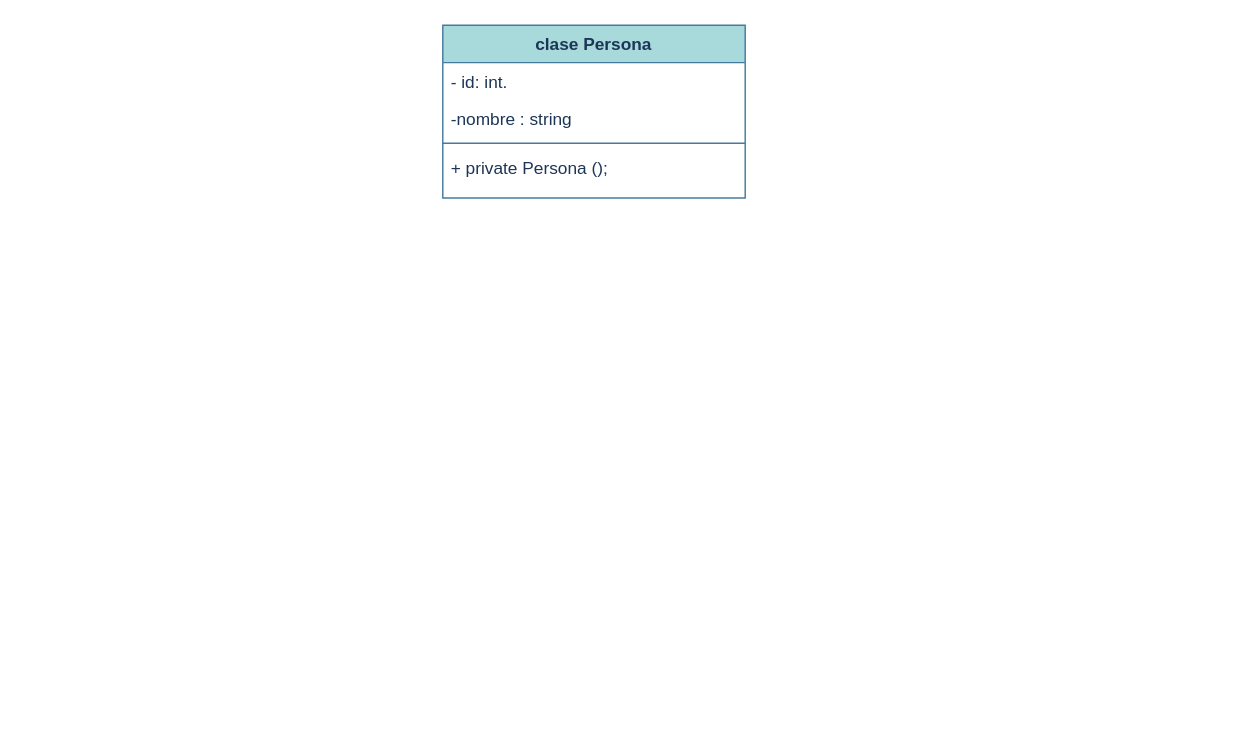
Above: src/Diagrama sin título.drawio in Mariayey12/EJERCICIOWORKSHOPPROGRAMACIONORIENTADA-OBJECTOS (draw.io), before the change. Source tidied: cells renumbered, new cells numbered last; positions are measured from the earlier drawing's top-left corner, leaving out a move shared by most shapes. Both pictures are drawn from the tidied source at 144%, with x=0, y=0 at pixel (442, 24).
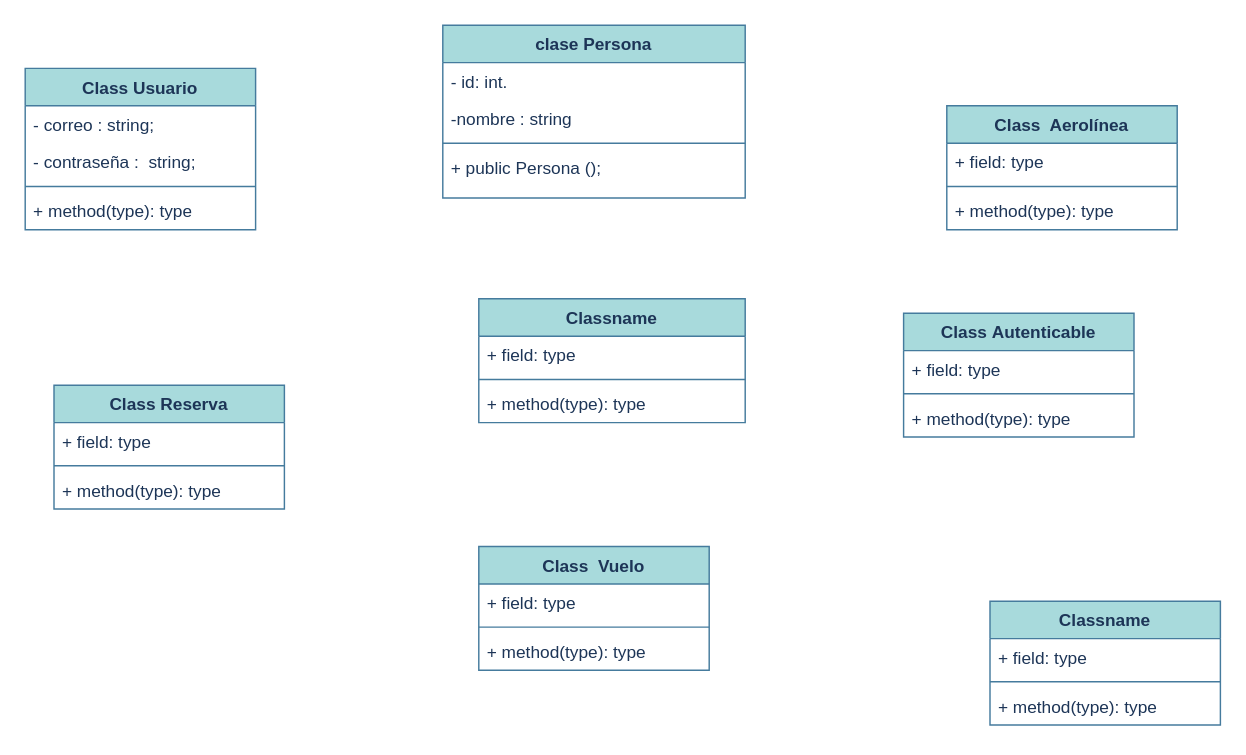
Above is the later version.

Unchanged cells that the change refers to:
```xml
<mxCell id="2" value="&amp;nbsp;clase Persona&amp;nbsp;" style="swimlane;fontStyle=1;align=center;verticalAlign=top;horizontal=1;startSize=26;whiteSpace=wrap;html=1;labelBackgroundColor=none;fillColor=#A8DADC;strokeColor=#457B9D;fontColor=#1D3557;" parent="1" vertex="1">
  <mxGeometry width="210" height="120" as="geometry" />
</mxCell>
```

The edit, as a diff of the source:
```diff
@@
-<mxGraphModel>
+<mxGraphModel background="#ffffff">
@@
-    <mxCell id="6" value="+ private Persona ();&amp;nbsp;" style="text;strokeColor=none;fillColor=none;align=left;verticalAlign=top;spacingLeft=4;spacingRight=4;overflow=hidden;whiteSpace=wrap;html=1;labelBackgroundColor=none;fontColor=#1D3557;" parent="2" vertex="1">
+    <mxCell id="6" value="+ public Persona ();&amp;nbsp;&amp;nbsp;" style="text;strokeColor=none;fillColor=none;align=left;verticalAlign=top;spacingLeft=4;spacingRight=4;overflow=hidden;whiteSpace=wrap;html=1;labelBackgroundColor=none;fontColor=#1D3557;" parent="2" vertex="1">
       <mxGeometry y="86" width="210" height="34" as="geometry" />
     </mxCell>
+    <mxCell id="7" value="Class&amp;nbsp;Usuario " style="swimlane;fontStyle=1;align=center;verticalAlign=top;horizontal=1;startSize=26;whiteSpace=wrap;html=1;strokeColor=#457B9D;fontColor=#1D3557;fillColor=#A8DADC;labelBackgroundColor=none;" parent="1" vertex="1">
+      <mxGeometry x="-290" y="30" width="160" height="112" as="geometry" />
+    </mxCell>
+    <mxCell id="8" value="- correo : string;" style="text;strokeColor=none;fillColor=none;align=left;verticalAlign=top;spacingLeft=4;spacingRight=4;overflow=hidden;whiteSpace=wrap;html=1;fontColor=#1D3557;labelBackgroundColor=none;" parent="7" vertex="1">
+      <mxGeometry y="26" width="160" height="26" as="geometry" />
+    </mxCell>
+    <mxCell id="9" value="- contraseña :&amp;nbsp; string;" style="text;strokeColor=none;fillColor=none;align=left;verticalAlign=top;spacingLeft=4;spacingRight=4;overflow=hidden;whiteSpace=wrap;html=1;fontColor=#1D3557;" parent="7" vertex="1">
+      <mxGeometry y="52" width="160" height="26" as="geometry" />
+    </mxCell>
+    <mxCell id="10" style="line;strokeWidth=1;fillColor=none;align=left;verticalAlign=middle;spacingTop=-1;spacingLeft=3;spacingRight=3;labelPosition=right;strokeColor=#457B9D;fontColor=#1D3557;labelBackgroundColor=none;" parent="7" vertex="1">
+      <mxGeometry y="78" width="160" height="8" as="geometry" />
+    </mxCell>
+    <mxCell id="11" value="+ method(type): type" style="text;strokeColor=none;fillColor=none;align=left;verticalAlign=top;spacingLeft=4;spacingRight=4;overflow=hidden;whiteSpace=wrap;html=1;fontColor=#1D3557;labelBackgroundColor=none;" parent="7" vertex="1">
+      <mxGeometry y="86" width="160" height="26" as="geometry" />
+    </mxCell>
+    <mxCell id="12" value="Class&amp;nbsp; Vuelo " style="swimlane;fontStyle=1;align=center;verticalAlign=top;horizontal=1;startSize=26;whiteSpace=wrap;html=1;strokeColor=#457B9D;fontColor=#1D3557;fillColor=#A8DADC;labelBackgroundColor=none;" parent="1" vertex="1">
+      <mxGeometry x="25" y="362" width="160" height="86" as="geometry" />
+    </mxCell>
+    <mxCell id="13" value="+ field: type" style="text;strokeColor=none;fillColor=none;align=left;verticalAlign=top;spacingLeft=4;spacingRight=4;overflow=hidden;whiteSpace=wrap;html=1;fontColor=#1D3557;labelBackgroundColor=none;" parent="12" vertex="1">
+      <mxGeometry y="26" width="160" height="26" as="geometry" />
+    </mxCell>
+    <mxCell id="14" style="line;strokeWidth=1;fillColor=none;align=left;verticalAlign=middle;spacingTop=-1;spacingLeft=3;spacingRight=3;labelPosition=right;strokeColor=#457B9D;fontColor=#1D3557;labelBackgroundColor=none;" parent="12" vertex="1">
+      <mxGeometry y="52" width="160" height="8" as="geometry" />
+    </mxCell>
+    <mxCell id="15" value="+ method(type): type" style="text;strokeColor=none;fillColor=none;align=left;verticalAlign=top;spacingLeft=4;spacingRight=4;overflow=hidden;whiteSpace=wrap;html=1;fontColor=#1D3557;labelBackgroundColor=none;" parent="12" vertex="1">
+      <mxGeometry y="60" width="160" height="26" as="geometry" />
+    </mxCell>
+    <mxCell id="16" value="Class&amp;nbsp; Aerolínea" style="swimlane;fontStyle=1;align=center;verticalAlign=top;horizontal=1;startSize=26;whiteSpace=wrap;html=1;strokeColor=#457B9D;fontColor=#1D3557;fillColor=#A8DADC;labelBackgroundColor=none;" parent="1" vertex="1">
+      <mxGeometry x="350" y="56" width="160" height="86" as="geometry" />
+    </mxCell>
+    <mxCell id="17" value="+ field: type" style="text;strokeColor=none;fillColor=none;align=left;verticalAlign=top;spacingLeft=4;spacingRight=4;overflow=hidden;whiteSpace=wrap;html=1;fontColor=#1D3557;labelBackgroundColor=none;" parent="16" vertex="1">
+      <mxGeometry y="26" width="160" height="26" as="geometry" />
+    </mxCell>
+    <mxCell id="18" style="line;strokeWidth=1;fillColor=none;align=left;verticalAlign=middle;spacingTop=-1;spacingLeft=3;spacingRight=3;labelPosition=right;strokeColor=#457B9D;fontColor=#1D3557;labelBackgroundColor=none;" parent="16" vertex="1">
+      <mxGeometry y="52" width="160" height="8" as="geometry" />
+    </mxCell>
+    <mxCell id="19" value="+ method(type): type" style="text;strokeColor=none;fillColor=none;align=left;verticalAlign=top;spacingLeft=4;spacingRight=4;overflow=hidden;whiteSpace=wrap;html=1;fontColor=#1D3557;labelBackgroundColor=none;" parent="16" vertex="1">
+      <mxGeometry y="60" width="160" height="26" as="geometry" />
+    </mxCell>
+    <mxCell id="20" value="Class&amp;nbsp;Reserva " style="swimlane;fontStyle=1;align=center;verticalAlign=top;horizontal=1;startSize=26;whiteSpace=wrap;html=1;strokeColor=#457B9D;fontColor=#1D3557;fillColor=#A8DADC;" parent="1" vertex="1">
+      <mxGeometry x="-270" y="250" width="160" height="86" as="geometry" />
+    </mxCell>
+    <mxCell id="21" value="+ field: type" style="text;strokeColor=none;fillColor=none;align=left;verticalAlign=top;spacingLeft=4;spacingRight=4;overflow=hidden;whiteSpace=wrap;html=1;fontColor=#1D3557;" parent="20" vertex="1">
+      <mxGeometry y="26" width="160" height="26" as="geometry" />
+    </mxCell>
+    <mxCell id="22" style="line;strokeWidth=1;fillColor=none;align=left;verticalAlign=middle;spacingTop=-1;spacingLeft=3;spacingRight=3;labelPosition=right;strokeColor=inherit;fontColor=#1D3557;" parent="20" vertex="1">
+      <mxGeometry y="52" width="160" height="8" as="geometry" />
+    </mxCell>
+    <mxCell id="23" value="+ method(type): type" style="text;strokeColor=none;fillColor=none;align=left;verticalAlign=top;spacingLeft=4;spacingRight=4;overflow=hidden;whiteSpace=wrap;html=1;fontColor=#1D3557;" parent="20" vertex="1">
+      <mxGeometry y="60" width="160" height="26" as="geometry" />
+    </mxCell>
+    <mxCell id="24" value="Class&amp;nbsp;Autenticable " style="swimlane;fontStyle=1;align=center;verticalAlign=top;horizontal=1;startSize=26;whiteSpace=wrap;html=1;strokeColor=#457B9D;fontColor=#1D3557;fillColor=#A8DADC;" parent="1" vertex="1">
+      <mxGeometry x="320" y="200" width="160" height="86" as="geometry" />
+    </mxCell>
+    <mxCell id="25" value="+ field: type" style="text;strokeColor=none;fillColor=none;align=left;verticalAlign=top;spacingLeft=4;spacingRight=4;overflow=hidden;whiteSpace=wrap;html=1;fontColor=#1D3557;" parent="24" vertex="1">
+      <mxGeometry y="26" width="160" height="26" as="geometry" />
+    </mxCell>
+    <mxCell id="26" style="line;strokeWidth=1;fillColor=none;align=left;verticalAlign=middle;spacingTop=-1;spacingLeft=3;spacingRight=3;labelPosition=right;strokeColor=inherit;fontColor=#1D3557;" parent="24" vertex="1">
+      <mxGeometry y="52" width="160" height="8" as="geometry" />
+    </mxCell>
+    <mxCell id="27" value="+ method(type): type" style="text;strokeColor=none;fillColor=none;align=left;verticalAlign=top;spacingLeft=4;spacingRight=4;overflow=hidden;whiteSpace=wrap;html=1;fontColor=#1D3557;" parent="24" vertex="1">
+      <mxGeometry y="60" width="160" height="26" as="geometry" />
+    </mxCell>
+    <mxCell id="28" value="Classname" style="swimlane;fontStyle=1;align=center;verticalAlign=top;horizontal=1;startSize=26;whiteSpace=wrap;html=1;strokeColor=#457B9D;fontColor=#1D3557;fillColor=#A8DADC;" parent="1" vertex="1">
+      <mxGeometry x="25" y="190" width="185" height="86" as="geometry" />
+    </mxCell>
+    <mxCell id="29" value="+ field: type" style="text;strokeColor=none;fillColor=none;align=left;verticalAlign=top;spacingLeft=4;spacingRight=4;overflow=hidden;whiteSpace=wrap;html=1;fontColor=#1D3557;" parent="28" vertex="1">
+      <mxGeometry y="26" width="185" height="26" as="geometry" />
+    </mxCell>
+    <mxCell id="30" style="line;strokeWidth=1;fillColor=none;align=left;verticalAlign=middle;spacingTop=-1;spacingLeft=3;spacingRight=3;labelPosition=right;strokeColor=inherit;fontColor=#1D3557;" parent="28" vertex="1">
+      <mxGeometry y="52" width="185" height="8" as="geometry" />
+    </mxCell>
+    <mxCell id="31" value="+ method(type): type" style="text;strokeColor=none;fillColor=none;align=left;verticalAlign=top;spacingLeft=4;spacingRight=4;overflow=hidden;whiteSpace=wrap;html=1;fontColor=#1D3557;" parent="28" vertex="1">
+      <mxGeometry y="60" width="185" height="26" as="geometry" />
+    </mxCell>
+    <mxCell id="32" value="Classname" style="swimlane;fontStyle=1;align=center;verticalAlign=top;horizontal=1;startSize=26;whiteSpace=wrap;html=1;strokeColor=#457B9D;fontColor=#1D3557;fillColor=#A8DADC;" parent="1" vertex="1">
+      <mxGeometry x="380" y="400" width="160" height="86" as="geometry" />
+    </mxCell>
+    <mxCell id="33" value="+ field: type" style="text;strokeColor=none;fillColor=none;align=left;verticalAlign=top;spacingLeft=4;spacingRight=4;overflow=hidden;whiteSpace=wrap;html=1;fontColor=#1D3557;" parent="32" vertex="1">
+      <mxGeometry y="26" width="160" height="26" as="geometry" />
+    </mxCell>
+    <mxCell id="34" style="line;strokeWidth=1;fillColor=none;align=left;verticalAlign=middle;spacingTop=-1;spacingLeft=3;spacingRight=3;labelPosition=right;strokeColor=inherit;fontColor=#1D3557;" parent="32" vertex="1">
+      <mxGeometry y="52" width="160" height="8" as="geometry" />
+    </mxCell>
+    <mxCell id="35" value="+ method(type): type" style="text;strokeColor=none;fillColor=none;align=left;verticalAlign=top;spacingLeft=4;spacingRight=4;overflow=hidden;whiteSpace=wrap;html=1;fontColor=#1D3557;" parent="32" vertex="1">
+      <mxGeometry y="60" width="160" height="26" as="geometry" />
+    </mxCell>
```
